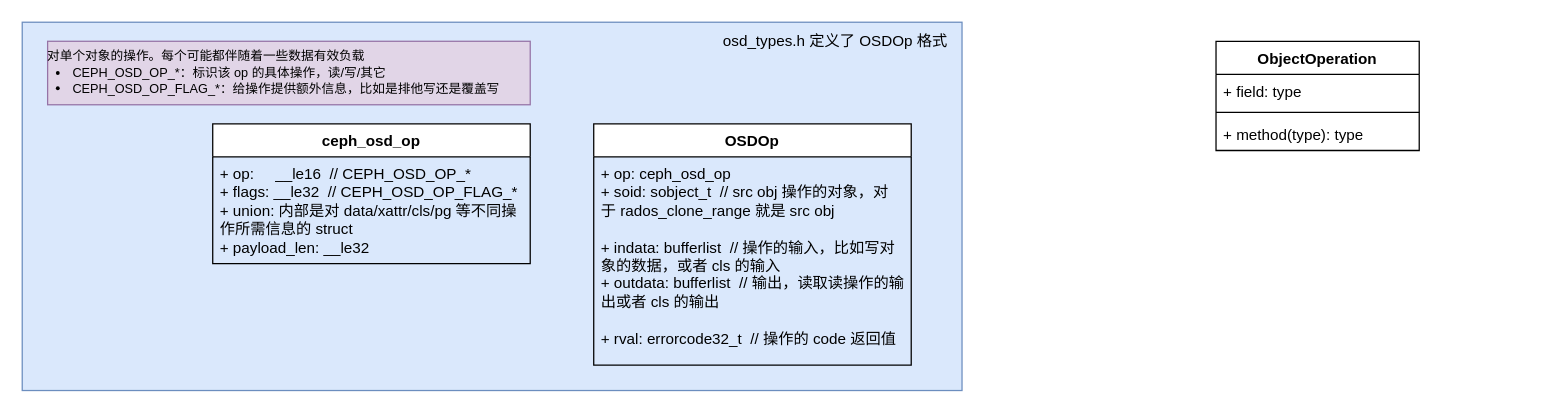
1253757553/drawIO keeps this draw.io diagram as librados.drawio. Above is the earlier version. Source tidied: cells renumbered, new cells numbered last; positions are measured from the earlier drawing's top-left corner, leaving out a move shared by most shapes. Both pictures are drawn from the tidied source at 127%, with x=0, y=0 at pixel (22, 22).
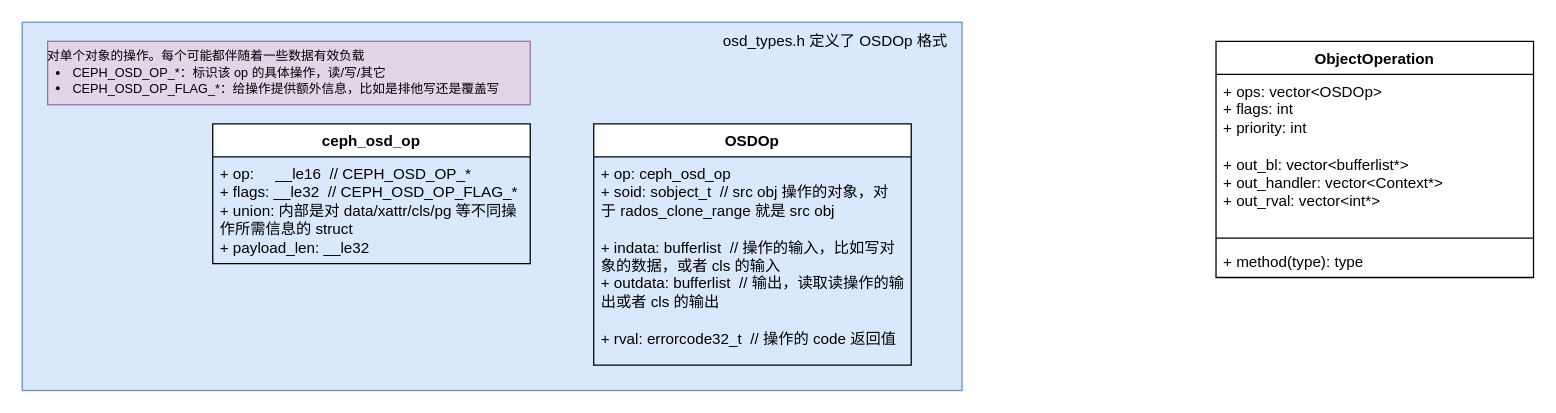
After the change.

The edit, as a diff of the source:
```diff
@@
 <mxGraphModel>
   <root>
     <mxCell id="0" />
     <mxCell id="1" parent="0" />
     <mxCell id="2" style="rounded=0;whiteSpace=wrap;html=1;align=center;verticalAlign=middle;arcSize=42;fontFamily=Helvetica;fontSize=12;fillColor=#dae8fc;strokeColor=#6c8ebf;" parent="1" vertex="1">
       <mxGeometry width="740" height="290" as="geometry" />
     </mxCell>
     <mxCell id="3" value="ObjectOperation" style="swimlane;fontStyle=1;align=center;verticalAlign=top;horizontal=1;startSize=26;whiteSpace=wrap;html=1;" parent="1" vertex="1">
-      <mxGeometry x="940" y="15" width="160" height="86" as="geometry" />
+      <mxGeometry x="940" y="15" width="250" height="186" as="geometry" />
     </mxCell>
-    <mxCell id="4" value="+ field: type" style="text;strokeColor=none;fillColor=none;align=left;verticalAlign=top;spacingLeft=4;spacingRight=4;overflow=hidden;whiteSpace=wrap;html=1;" parent="3" vertex="1">
-      <mxGeometry y="26" width="160" height="26" as="geometry" />
+    <mxCell id="4" value="+ ops:&amp;nbsp;vector&amp;lt;OSDOp&amp;gt;&lt;div&gt;+&amp;nbsp;flags: int&lt;/div&gt;&lt;div&gt;+&amp;nbsp;priority: int&lt;/div&gt;&lt;div&gt;&lt;br&gt;&lt;/div&gt;&lt;div&gt;+&amp;nbsp;out_bl:&amp;nbsp;vector&amp;lt;bufferlist*&amp;gt;&lt;/div&gt;&lt;div&gt;+&amp;nbsp;out_handler:&amp;nbsp;vector&amp;lt;Context*&amp;gt;&lt;/div&gt;&lt;div&gt;+&amp;nbsp;out_rval:&amp;nbsp;vector&amp;lt;int*&amp;gt;&lt;/div&gt;" style="text;strokeColor=none;fillColor=none;align=left;verticalAlign=top;spacingLeft=4;spacingRight=4;overflow=hidden;whiteSpace=wrap;html=1;" parent="3" vertex="1">
+      <mxGeometry y="26" width="250" height="124" as="geometry" />
     </mxCell>
     <mxCell id="5" style="line;strokeWidth=1;fillColor=none;align=left;verticalAlign=middle;spacingTop=-1;spacingLeft=3;spacingRight=3;labelPosition=right;strokeColor=inherit;" parent="3" vertex="1">
-      <mxGeometry y="52" width="160" height="8" as="geometry" />
+      <mxGeometry y="150" width="250" height="10" as="geometry" />
     </mxCell>
     <mxCell id="6" value="+ method(type): type" style="text;strokeColor=none;fillColor=none;align=left;verticalAlign=top;spacingLeft=4;spacingRight=4;overflow=hidden;whiteSpace=wrap;html=1;" parent="3" vertex="1">
-      <mxGeometry y="60" width="160" height="26" as="geometry" />
+      <mxGeometry y="160" width="250" height="26" as="geometry" />
     </mxCell>
     <mxCell id="7" value="OSDOp" style="swimlane;fontStyle=1;align=center;verticalAlign=top;horizontal=1;startSize=26;whiteSpace=wrap;html=1;" parent="1" vertex="1">
       <mxGeometry x="450" y="80" width="250" height="190" as="geometry" />
     </mxCell>
     <mxCell id="8" value="+ op:&amp;nbsp;ceph_osd_op&lt;div&gt;+ soid: sobject_t&amp;nbsp; // src obj 操作的对象，对于&amp;nbsp;rados_clone_range 就是 src obj&lt;/div&gt;&lt;div&gt;&lt;br&gt;&lt;/div&gt;&lt;div&gt;+&amp;nbsp;&lt;span style=&quot;background-color: initial;&quot;&gt;indata:&amp;nbsp;&lt;/span&gt;&lt;span style=&quot;background-color: initial;&quot;&gt;bufferlist&amp;nbsp; // 操作的输入，比如写对象的数据，或者 cls 的输入&lt;/span&gt;&lt;/div&gt;&lt;div&gt;&lt;span style=&quot;background-color: initial;&quot;&gt;+ outdata:&amp;nbsp;&lt;/span&gt;&lt;span style=&quot;background-color: initial;&quot;&gt;bufferlist&lt;/span&gt;&lt;span style=&quot;background-color: initial;&quot;&gt;&amp;nbsp; // 输出，读取读操作的输出或者 cls 的输出&lt;/span&gt;&lt;/div&gt;&lt;div&gt;&lt;span style=&quot;background-color: initial;&quot;&gt;&lt;br&gt;&lt;/span&gt;&lt;/div&gt;&lt;div&gt;&lt;span style=&quot;background-color: initial;&quot;&gt;+&amp;nbsp;&lt;/span&gt;&lt;span style=&quot;background-color: initial;&quot;&gt;rval:&amp;nbsp;&lt;/span&gt;&lt;span style=&quot;background-color: initial;&quot;&gt;errorcode32_t&amp;nbsp; // 操作的 code 返回值&lt;/span&gt;&lt;/div&gt;" style="text;strokeColor=none;fillColor=none;align=left;verticalAlign=top;spacingLeft=4;spacingRight=4;overflow=hidden;whiteSpace=wrap;html=1;" parent="7" vertex="1">
       <mxGeometry y="26" width="250" height="164" as="geometry" />
     </mxCell>
     <mxCell id="9" value="ceph_osd_op" style="swimlane;fontStyle=1;align=center;verticalAlign=top;horizontal=1;startSize=26;whiteSpace=wrap;html=1;" parent="1" vertex="1">
       <mxGeometry x="150" y="80" width="250" height="110" as="geometry" />
     </mxCell>
     <mxCell id="10" value="+&amp;nbsp;&lt;span style=&quot;background-color: initial;&quot;&gt;op:&amp;nbsp; &amp;nbsp; &amp;nbsp;&lt;/span&gt;__le16&amp;nbsp; //&lt;span style=&quot;background-color: initial;&quot;&gt;&amp;nbsp;CEPH_OSD_OP_*&amp;nbsp;&lt;/span&gt;&lt;div&gt;&lt;span style=&quot;background-color: initial;&quot;&gt;+ flags:&amp;nbsp;&lt;/span&gt;&lt;span style=&quot;background-color: initial;&quot;&gt;__le32&amp;nbsp; //&amp;nbsp;&lt;/span&gt;&lt;span style=&quot;background-color: initial;&quot;&gt;CEPH_OSD_OP_FLAG_*&lt;/span&gt;&lt;/div&gt;&lt;div&gt;&lt;span style=&quot;background-color: initial;&quot;&gt;+ union: 内部是对 data/xattr/cls/pg 等不同操作所需信息的 struct&lt;/span&gt;&lt;/div&gt;&lt;div&gt;&lt;span style=&quot;background-color: initial;&quot;&gt;+&amp;nbsp;&lt;/span&gt;&lt;span style=&quot;background-color: initial;&quot;&gt;payload_len:&amp;nbsp;&lt;/span&gt;&lt;span style=&quot;background-color: initial;&quot;&gt;__le32&lt;/span&gt;&lt;/div&gt;" style="text;strokeColor=none;fillColor=none;align=left;verticalAlign=top;spacingLeft=4;spacingRight=4;overflow=hidden;whiteSpace=wrap;html=1;" parent="9" vertex="1">
       <mxGeometry y="26" width="250" height="84" as="geometry" />
     </mxCell>
     <mxCell id="11" value="&lt;span style=&quot;font-size: 10px;&quot;&gt;&lt;font style=&quot;font-size: 10px;&quot;&gt;对单个对象的操作。每个可能都伴随着一些数据有效负载&lt;/font&gt;&lt;/span&gt;&lt;div style=&quot;font-size: 10px;&quot;&gt;&lt;ul style=&quot;border-color: var(--border-color); padding-left: 20px; margin-top: 2px; margin-left: 0px; margin-bottom: 2px; font-size: 10px;&quot;&gt;&lt;li style=&quot;border-color: var(--border-color); font-size: 10px;&quot;&gt;&lt;span style=&quot;border-color: var(--border-color); text-wrap: wrap; font-size: 10px;&quot;&gt;&lt;font style=&quot;font-size: 10px;&quot;&gt;CEPH_OSD_OP_*：标识该 op 的具体操作，读/写/其它&lt;/font&gt;&lt;/span&gt;&lt;/li&gt;&lt;li style=&quot;border-color: var(--border-color); font-size: 10px;&quot;&gt;&lt;span style=&quot;border-color: var(--border-color); text-wrap: wrap; font-size: 10px;&quot;&gt;&lt;font style=&quot;font-size: 10px;&quot;&gt;CEPH_OSD_OP_FLAG_*：给操作提供额外信息，比如是排他写还是覆盖写&lt;/font&gt;&lt;/span&gt;&lt;/li&gt;&lt;/ul&gt;&lt;/div&gt;" style="text;html=1;align=left;verticalAlign=middle;fontFamily=Helvetica;fontSize=10;fillColor=#e1d5e7;strokeColor=#9673a6;imageWidth=24;arcSize=12;absoluteArcSize=0;imageHeight=24;imageAspect=1;imageAlign=left;imageVerticalAlign=middle;fillOpacity=100;overflow=width;" parent="1" vertex="1">
       <mxGeometry x="20" y="15" width="380" height="50" as="geometry" />
     </mxCell>
     <mxCell id="12" value="osd_types.h 定义了 OSDOp 格式" style="text;html=1;align=center;verticalAlign=middle;strokeColor=none;fillColor=none;fontFamily=Helvetica;fontSize=12;fontColor=default;" parent="1" vertex="1">
       <mxGeometry x="540" width="200" height="30" as="geometry" />
     </mxCell>
   </root>
 </mxGraphModel>
```
